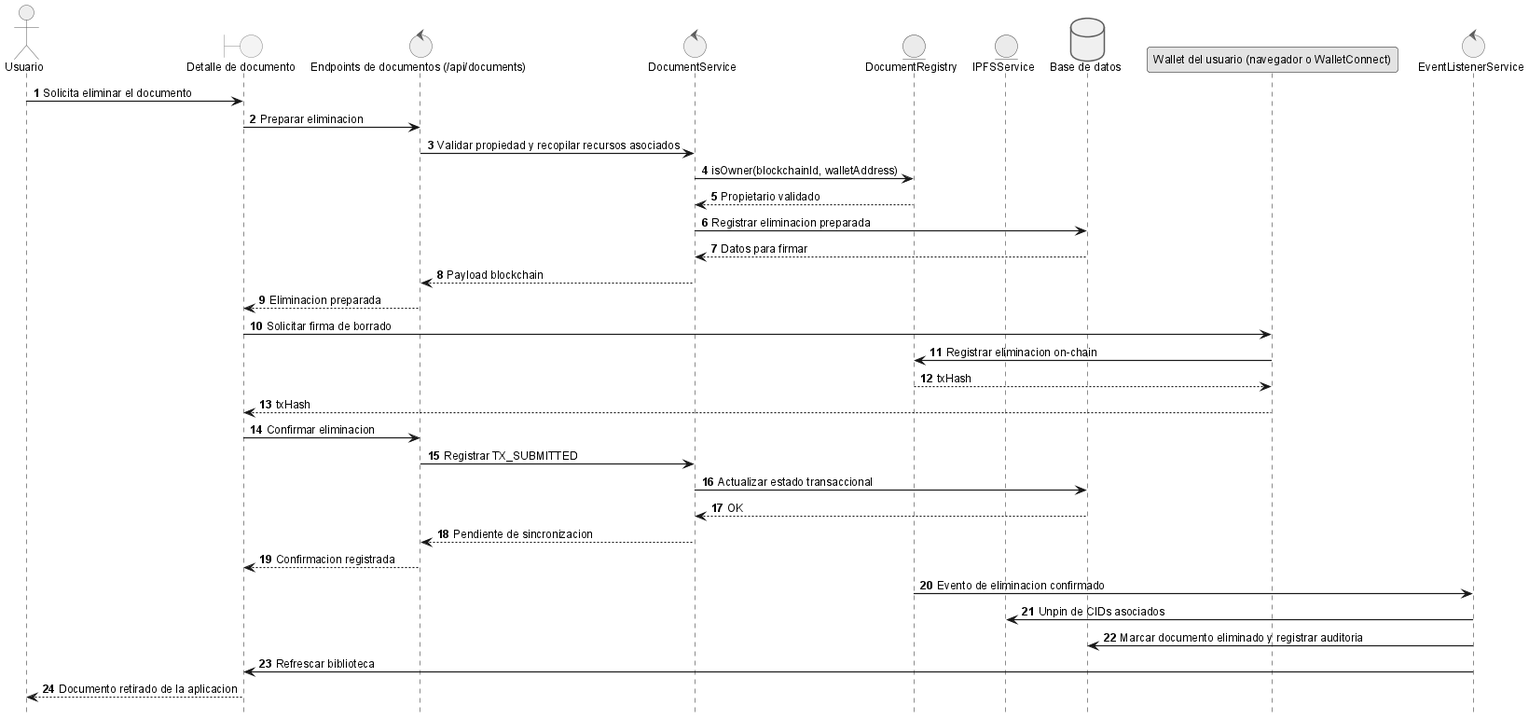
Above: anexos/diagramas/seq-delete.png in ErDeivih/DocumentChain (PlantUML), before the change.
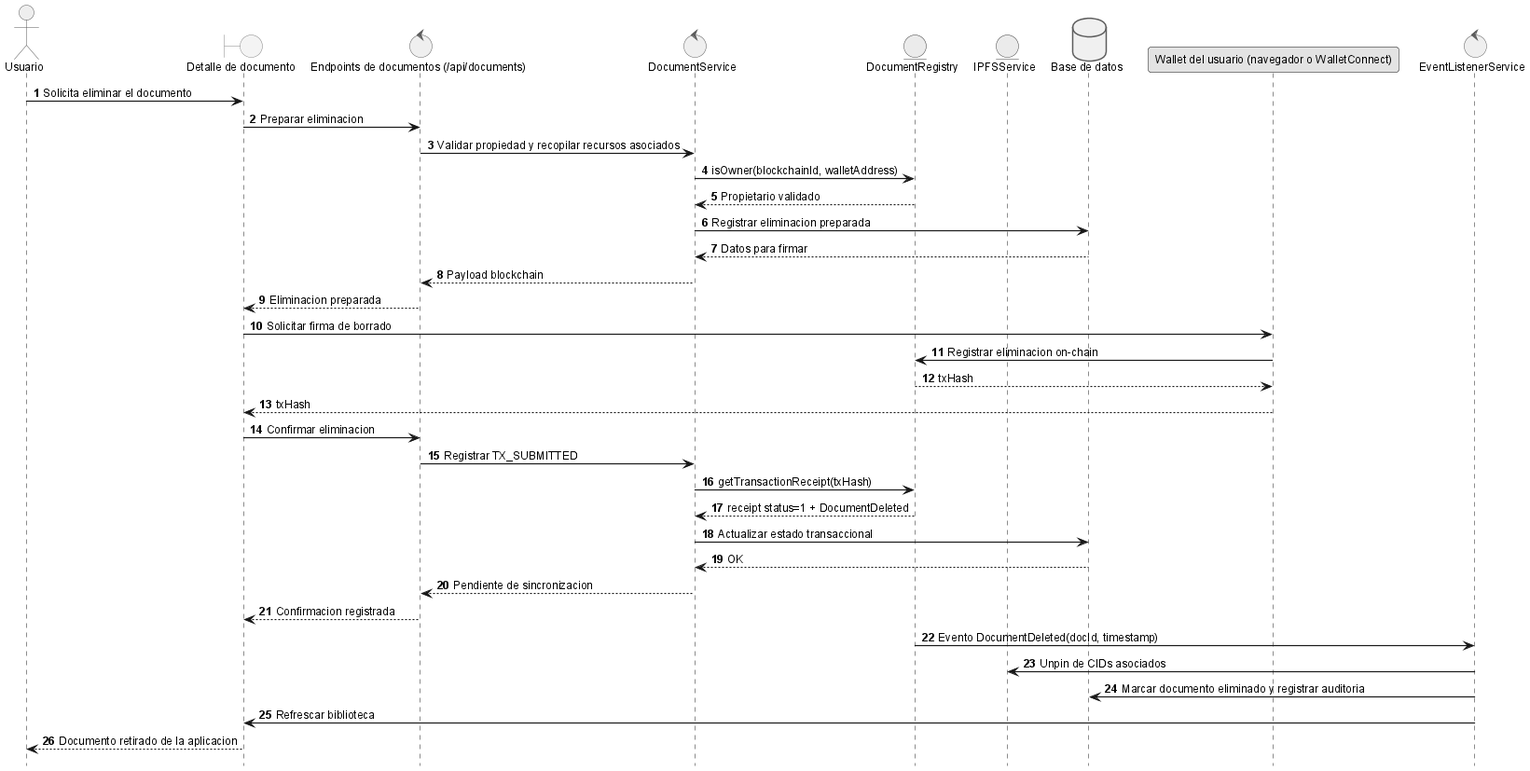
After the commit.

Diff of the diagram source:
```diff
@@ -27,12 +27,14 @@
 
 ui -> api: Confirmar eliminacion
 api -> srv: Registrar TX_SUBMITTED
+srv -> sc: getTransactionReceipt(txHash)
+sc --> srv: receipt status=1 + DocumentDeleted
 srv -> db: Actualizar estado transaccional
 db --> srv: OK
 srv --> api: Pendiente de sincronizacion
 api --> ui: Confirmacion registrada
 
-sc -> listener: Evento de eliminacion confirmado
+sc -> listener: Evento DocumentDeleted(docId, timestamp)
 listener -> ipfs: Unpin de CIDs asociados
 listener -> db: Marcar documento eliminado y registrar auditoria
 listener -> ui: Refrescar biblioteca
```
